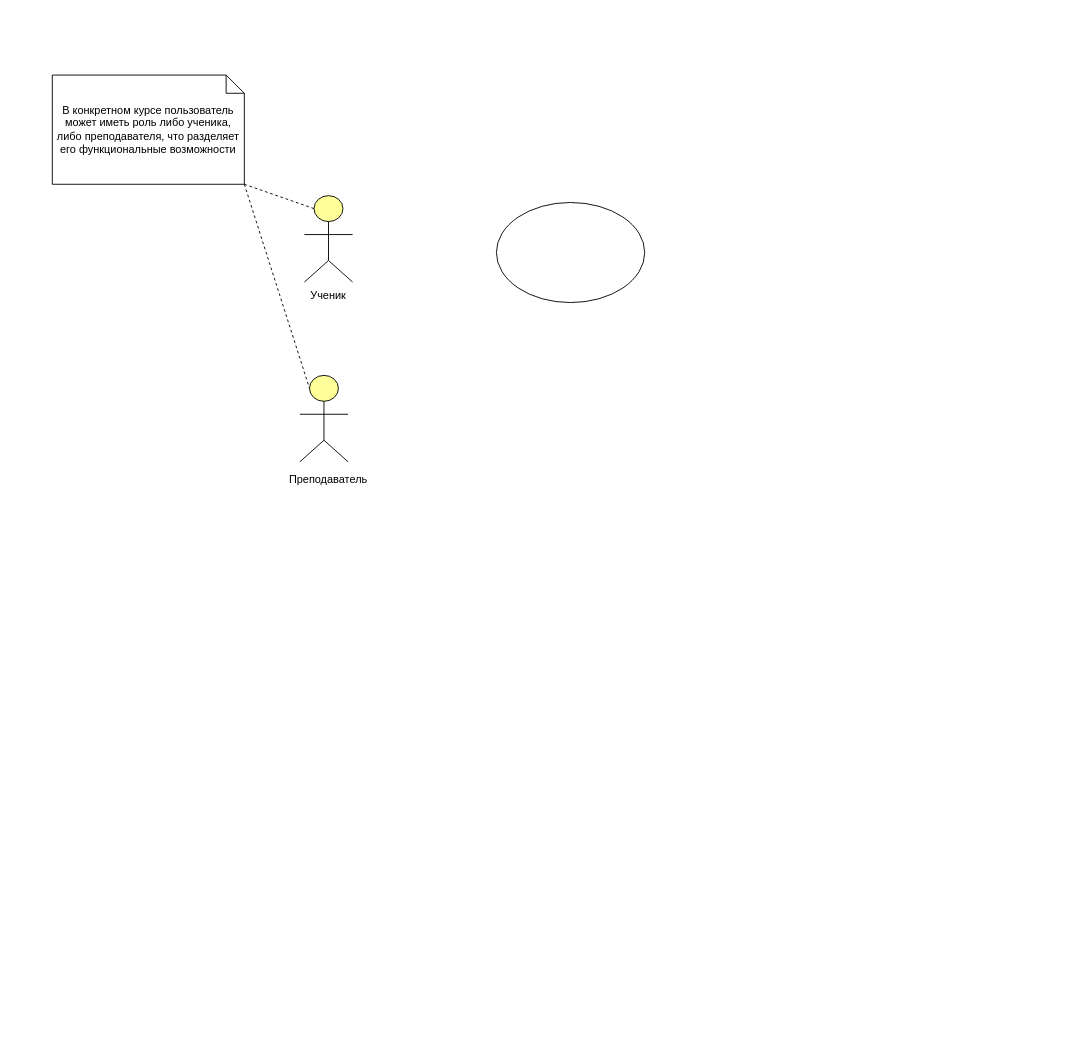
vishIGOR/SchemesForRequirementsEngineering keeps this draw.io diagram as diagrams/GoogleClassUseCase.drawio. Above is the earlier version. Source tidied: cells renumbered, new cells numbered last; positions are measured from the earlier drawing's top-left corner, leaving out a move shared by most shapes. Both pictures are drawn from the tidied source at 91%, with x=0, y=0 at pixel (52, 75).
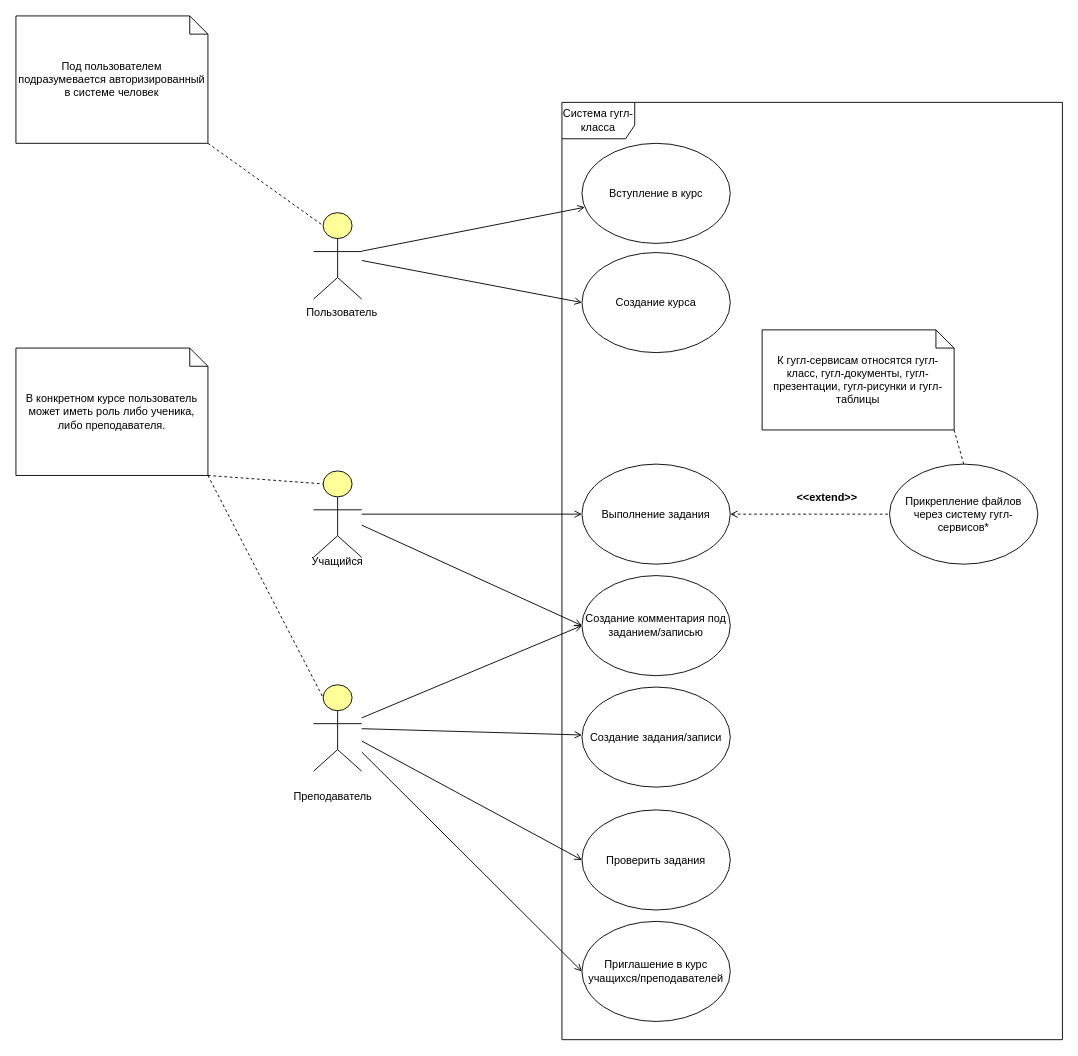
After the change.

The edit, as a diff of the source:
```diff
@@
+    <mxCell id="10" style="edgeStyle=none;rounded=0;jettySize=auto;html=1;endArrow=open;endFill=0;" parent="1" edge="1" source="2" target="22">
+      <mxGeometry relative="1" as="geometry" />
+    </mxCell>
+    <mxCell id="11" style="edgeStyle=none;rounded=0;jettySize=auto;html=1;entryX=0;entryY=0.5;entryDx=0;entryDy=0;startArrow=none;startFill=0;endArrow=open;endFill=0;" parent="1" edge="1" source="2" target="33">
+      <mxGeometry relative="1" as="geometry" />
+    </mxCell>
     <mxCell id="2" style="html=1;whiteSpace=wrap;fillColor=#ffff99;shape=mxgraph.archimate3.actor;fontSize=14;" parent="1" vertex="1">
-      <mxGeometry x="277" y="132.5" width="53" height="95" as="geometry" />
+      <mxGeometry x="287" y="435" width="53" height="95" as="geometry" />
     </mxCell>
-    <mxCell id="3" style="ellipse;whiteSpace=wrap;html=1;" parent="1" vertex="1">
-      <mxGeometry x="488" y="140" width="163" height="110" as="geometry" />
+    <mxCell id="3" value="Вступление в курс" style="ellipse;whiteSpace=wrap;html=1;" parent="1" vertex="1">
+      <mxGeometry x="582" y="75" width="163" height="110" as="geometry" />
     </mxCell>
-    <mxCell id="4" value="Ученик" style="text;html=1;strokeColor=none;fillColor=none;align=center;verticalAlign=middle;whiteSpace=wrap;rounded=0;" parent="1" vertex="1">
-      <mxGeometry x="272" y="227.5" width="63" height="30" as="geometry" />
+    <mxCell id="4" value="Учащийся" style="text;html=1;strokeColor=none;fillColor=none;align=center;verticalAlign=middle;whiteSpace=wrap;rounded=0;" parent="1" vertex="1">
+      <mxGeometry x="282" y="520" width="63" height="30" as="geometry" />
     </mxCell>
+    <mxCell id="12" style="edgeStyle=none;rounded=0;jettySize=auto;html=1;endArrow=open;endFill=0;" parent="1" edge="1" source="5" target="23">
+      <mxGeometry relative="1" as="geometry" />
+    </mxCell>
+    <mxCell id="13" style="edgeStyle=none;rounded=0;jettySize=auto;html=1;entryX=0;entryY=0.5;entryDx=0;entryDy=0;startArrow=none;startFill=0;endArrow=open;endFill=0;" parent="1" edge="1" source="5" target="26">
+      <mxGeometry relative="1" as="geometry" />
+    </mxCell>
+    <mxCell id="14" style="edgeStyle=none;rounded=0;jettySize=auto;html=1;entryX=0;entryY=0.5;entryDx=0;entryDy=0;startArrow=none;startFill=0;endArrow=open;endFill=0;" parent="1" edge="1" source="5" target="32">
+      <mxGeometry relative="1" as="geometry" />
+    </mxCell>
+    <mxCell id="15" style="edgeStyle=none;rounded=0;jettySize=auto;html=1;entryX=0;entryY=0.5;entryDx=0;entryDy=0;startArrow=none;startFill=0;endArrow=open;endFill=0;" parent="1" edge="1" source="5" target="33">
+      <mxGeometry relative="1" as="geometry" />
+    </mxCell>
     <mxCell id="5" style="html=1;whiteSpace=wrap;fillColor=#ffff99;shape=mxgraph.archimate3.actor;fontSize=14;" parent="1" vertex="1">
-      <mxGeometry x="272" y="330" width="53" height="95" as="geometry" />
+      <mxGeometry x="287" y="670" width="53" height="95" as="geometry" />
     </mxCell>
     <mxCell id="6" value="Преподаватель" style="text;html=1;strokeColor=none;fillColor=none;align=center;verticalAlign=middle;whiteSpace=wrap;rounded=0;" parent="1" vertex="1">
-      <mxGeometry x="272" y="430" width="63" height="30" as="geometry" />
+      <mxGeometry x="277" y="777.5" width="63" height="30" as="geometry" />
     </mxCell>
-    <mxCell id="7" value="В конкретном курсе пользователь может иметь роль либо ученика, либо преподавателя, что разделяет его функциональные возможности" style="shape=note;size=20;whiteSpace=wrap;html=1;" parent="1" vertex="1">
-      <mxGeometry width="211" height="120" as="geometry" />
+    <mxCell id="7" value="В конкретном курсе пользователь может иметь роль либо ученика, либо преподавателя." style="shape=note;size=20;whiteSpace=wrap;html=1;" parent="1" vertex="1">
+      <mxGeometry x="-40" y="300" width="211" height="140" as="geometry" />
     </mxCell>
@@
+    <mxCell id="16" style="edgeStyle=none;rounded=0;jettySize=auto;html=1;endArrow=open;endFill=0;" parent="1" edge="1" source="18" target="3">
+      <mxGeometry relative="1" as="geometry" />
+    </mxCell>
+    <mxCell id="17" style="edgeStyle=none;rounded=0;jettySize=auto;html=1;entryX=0;entryY=0.5;entryDx=0;entryDy=0;endArrow=open;endFill=0;" parent="1" edge="1" source="18" target="20">
+      <mxGeometry relative="1" as="geometry" />
+    </mxCell>
+    <mxCell id="18" style="html=1;whiteSpace=wrap;fillColor=#ffff99;shape=mxgraph.archimate3.actor;fontSize=14;" parent="1" vertex="1">
+      <mxGeometry x="287" y="151.2" width="53" height="95" as="geometry" />
+    </mxCell>
+    <mxCell id="19" value="Пользователь" style="text;html=1;strokeColor=none;fillColor=none;align=center;verticalAlign=middle;whiteSpace=wrap;rounded=0;" parent="1" vertex="1">
+      <mxGeometry x="287" y="246.2" width="63" height="30" as="geometry" />
+    </mxCell>
+    <mxCell id="20" value="Создание курса" style="ellipse;whiteSpace=wrap;html=1;" parent="1" vertex="1">
+      <mxGeometry x="582" y="195" width="163" height="110" as="geometry" />
+    </mxCell>
+    <mxCell id="21" style="edgeStyle=none;rounded=0;jettySize=auto;html=1;endArrow=none;endFill=0;startArrow=open;startFill=0;dashed=1;" parent="1" edge="1" source="22" target="24">
+      <mxGeometry relative="1" as="geometry" />
+    </mxCell>
+    <mxCell id="22" value="Выполнение задания" style="ellipse;whiteSpace=wrap;html=1;" parent="1" vertex="1">
+      <mxGeometry x="582" y="427.5" width="163" height="110" as="geometry" />
+    </mxCell>
+    <mxCell id="23" value="Создание задания/записи" style="ellipse;whiteSpace=wrap;html=1;" parent="1" vertex="1">
+      <mxGeometry x="582" y="672.5" width="163" height="110" as="geometry" />
+    </mxCell>
+    <mxCell id="24" value="Прикрепление файлов через систему гугл-сервисов*" style="ellipse;whiteSpace=wrap;html=1;" parent="1" vertex="1">
+      <mxGeometry x="920" y="427.5" width="163" height="110" as="geometry" />
+    </mxCell>
+    <mxCell id="25" value="&lt;b&gt;&amp;lt;&amp;lt;extend&amp;gt;&amp;gt;&lt;/b&gt;" style="text;html=1;strokeColor=none;fillColor=none;align=center;verticalAlign=middle;whiteSpace=wrap;rounded=0;" parent="1" vertex="1">
+      <mxGeometry x="820" y="450" width="63" height="30" as="geometry" />
+    </mxCell>
+    <mxCell id="26" value="Проверить задания" style="ellipse;whiteSpace=wrap;html=1;" parent="1" vertex="1">
+      <mxGeometry x="582" y="807.5" width="163" height="110" as="geometry" />
+    </mxCell>
+    <mxCell id="27" value="Система гугл-класса" style="shape=umlFrame;whiteSpace=wrap;html=1;width=80;height=40;" parent="1" vertex="1">
+      <mxGeometry x="560" y="30" width="550" height="1030" as="geometry" />
+    </mxCell>
+    <mxCell id="28" value="К гугл-сервисам относятся гугл-класс, гугл-документы, гугл-презентации, гугл-рисунки и гугл-таблицы" style="shape=note;size=20;whiteSpace=wrap;html=1;" parent="1" vertex="1">
+      <mxGeometry x="780" y="280" width="211" height="110" as="geometry" />
+    </mxCell>
+    <mxCell id="29" style="endArrow=none;dashed=1;html=1;rounded=0;exitX=1;exitY=1;exitDx=0;exitDy=0;exitPerimeter=0;entryX=0.5;entryY=0;entryDx=0;entryDy=0;" parent="1" edge="1" source="28" target="24">
+      <mxGeometry relative="1" as="geometry" />
+    </mxCell>
+    <mxCell id="30" value="Под пользователем подразумевается авторизированный в системе человек" style="shape=note;size=20;whiteSpace=wrap;html=1;" parent="1" vertex="1">
+      <mxGeometry x="-40" y="-65" width="211" height="140" as="geometry" />
+    </mxCell>
+    <mxCell id="31" style="endArrow=none;dashed=1;html=1;rounded=0;exitX=1;exitY=1;exitDx=0;exitDy=0;exitPerimeter=0;entryX=0.2;entryY=0.15;entryDx=0;entryDy=0;entryPerimeter=0;" parent="1" edge="1" source="30" target="18">
+      <mxGeometry relative="1" as="geometry" />
+    </mxCell>
+    <mxCell id="32" value="Приглашение в курс учащихся/преподавателей" style="ellipse;whiteSpace=wrap;html=1;" parent="1" vertex="1">
+      <mxGeometry x="582" y="930" width="163" height="110" as="geometry" />
+    </mxCell>
+    <mxCell id="33" value="Создание комментария под заданием/записью" style="ellipse;whiteSpace=wrap;html=1;" parent="1" vertex="1">
+      <mxGeometry x="582" y="550" width="163" height="110" as="geometry" />
+    </mxCell>
```
